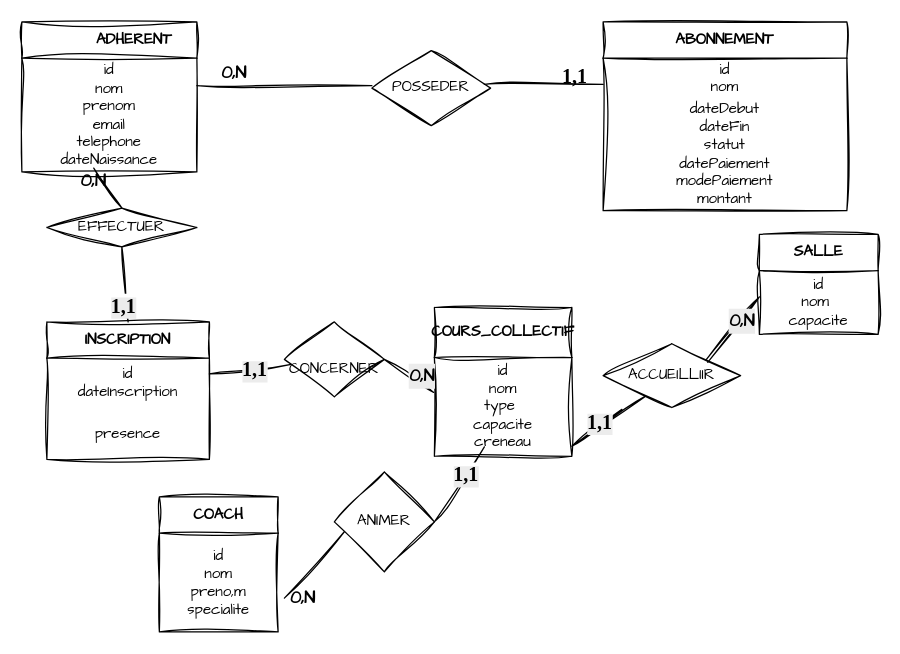
Earlier version of the draw.io diagram mcd.drawio (ndeyecoumbathiam2004-eng/bibliotheque). Source tidied: cells renumbered, new cells numbered last; positions are measured from the earlier drawing's top-left corner, leaving out a move shared by most shapes. Both pictures are drawn from the tidied source at 125%, with x=0, y=0 at pixel (21, 21).
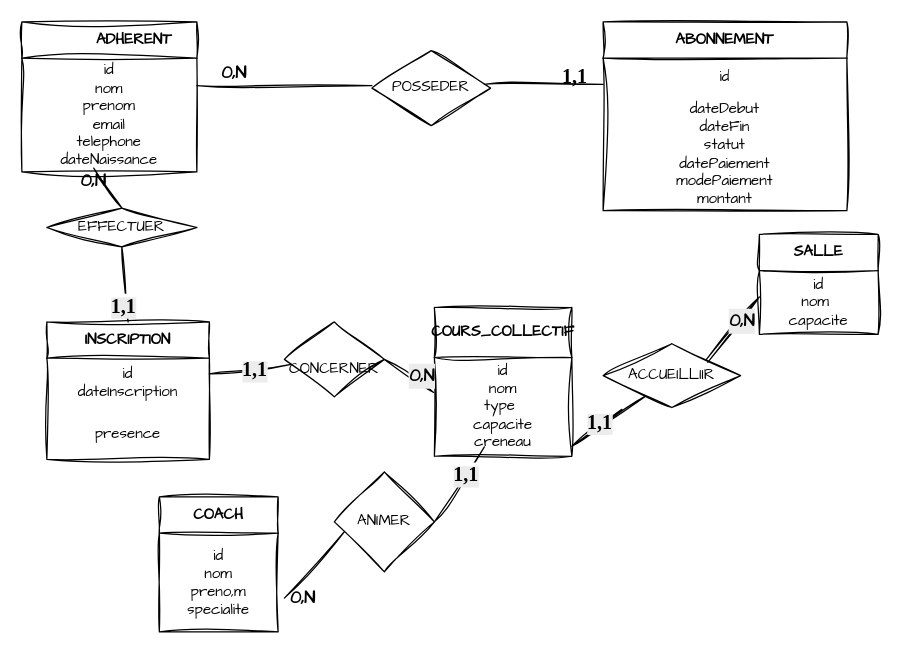
The same page after the edit.

Commit message:
Ajout du mcd

mcd

Unchanged cells that the change refers to:
```xml
<mxCell id="10" value="ABONNEMENT" style="swimlane;fontStyle=1;align=center;verticalAlign=middle;horizontal=1;startSize=29;html=1;whiteSpace=wrap;sketch=1;hachureGap=4;jiggle=2;curveFitting=1;fontFamily=Architects Daughter;" parent="1" vertex="1">
  <mxGeometry x="465" width="195" height="151" as="geometry" />
</mxCell>
```

Change to the diagram source:
```diff
@@
-    <mxCell id="11" value="id&lt;div&gt;nom&lt;/div&gt;" style="text;html=1;strokeColor=none;fillColor=none;align=center;verticalAlign=middle;spacingLeft=4;spacingRight=4;overflow=hidden;whiteSpace=wrap;fontFamily=Architects Daughter;" parent="10" vertex="1">
+    <mxCell id="11" value="id" style="text;html=1;strokeColor=none;fillColor=none;align=center;verticalAlign=middle;spacingLeft=4;spacingRight=4;overflow=hidden;whiteSpace=wrap;fontFamily=Architects Daughter;" parent="10" vertex="1">
       <mxGeometry y="29" width="195" height="31" as="geometry" />
     </mxCell>
```
